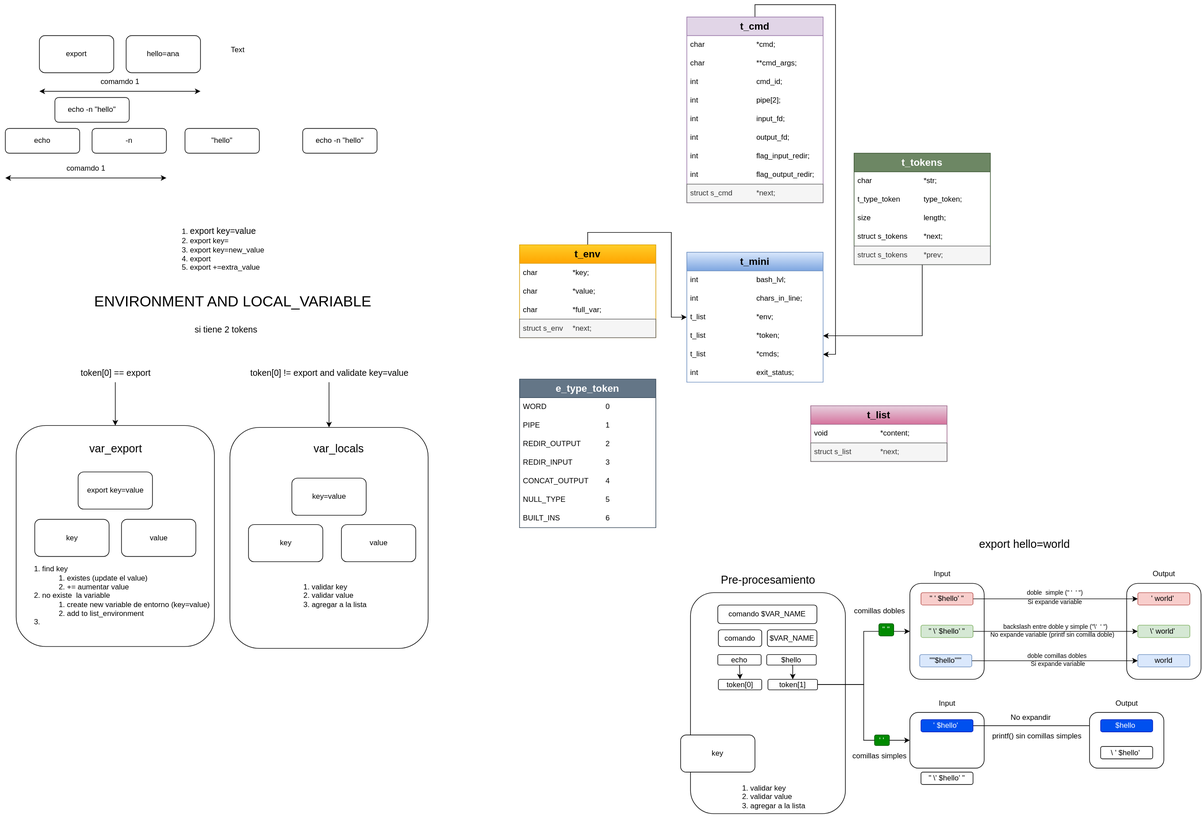
Above: commands.svg in Anagamedina/Minishell (draw.io), before the change. Source tidied: cells renumbered, new cells last; positions are measured from the earlier drawing's top-left corner, leaving out a move shared by most shapes.
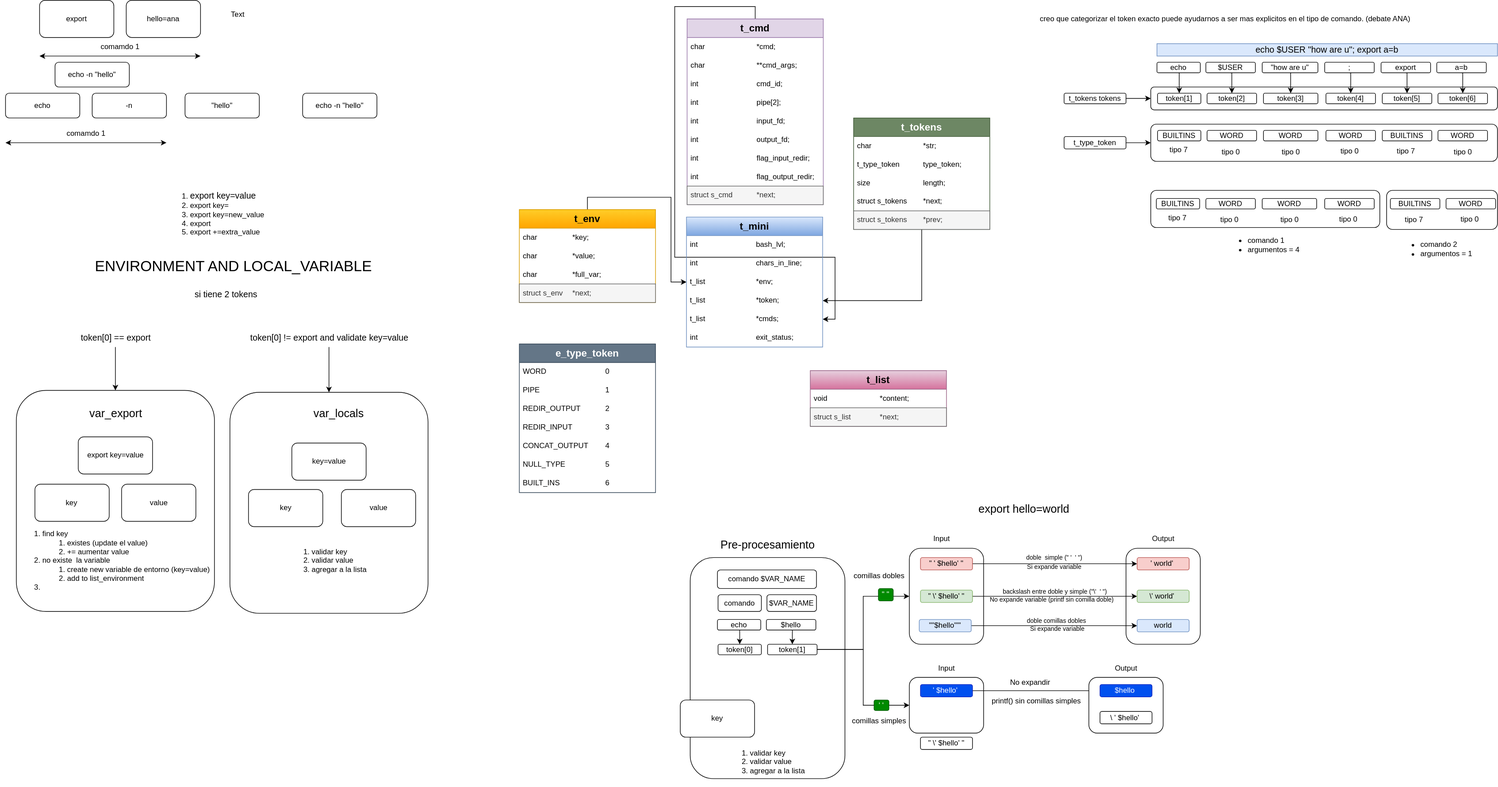
Above is the later version.

Commit message:
refactor add_tokens_to_list_commands init_commands.c

Diff of the diagram source:
```diff
@@ -2,6 +2,15 @@
   <root>
     <mxCell id="0" />
     <mxCell id="1" parent="0" />
+    <mxCell id="125" style="rounded=1;whiteSpace=wrap;html=1;" parent="1" vertex="1">
+      <mxGeometry x="2231" y="337" width="179" height="63" as="geometry" />
+    </mxCell>
+    <mxCell id="126" style="rounded=1;whiteSpace=wrap;html=1;" parent="1" vertex="1">
+      <mxGeometry x="1850" y="230" width="560" height="60" as="geometry" />
+    </mxCell>
+    <mxCell id="127" style="rounded=1;whiteSpace=wrap;html=1;" parent="1" vertex="1">
+      <mxGeometry x="1850" y="170" width="560" height="37" as="geometry" />
+    </mxCell>
     <mxCell id="2" value="&lt;div&gt;&lt;br&gt;&lt;/div&gt;" style="rounded=1;whiteSpace=wrap;html=1;align=left;" parent="1" vertex="1">
       <mxGeometry x="1460" y="915" width="120" height="155" as="geometry" />
     </mxCell>
@@ -150,7 +159,7 @@
       <mxGeometry relative="1" as="geometry" />
     </mxCell>
     <mxCell id="49" value="&lt;font style=&quot;font-size: 16px;&quot;&gt;&lt;b&gt;t_cmd&lt;/b&gt;&lt;/font&gt;" style="swimlane;fontStyle=0;horizontal=1;startSize=30;whiteSpace=wrap;html=1;fillColor=#e1d5e7;strokeColor=#9673a6;" parent="1" vertex="1">
-      <mxGeometry x="1100" width="220" height="300" as="geometry" />
+      <mxGeometry x="1101" y="60" width="220" height="300" as="geometry" />
     </mxCell>
     <mxCell id="50" value="char&lt;span style=&quot;white-space: pre;&quot;&gt;&#9;&lt;/span&gt;&lt;span style=&quot;white-space: pre;&quot;&gt;&#9;&lt;span style=&quot;white-space: pre;&quot;&gt;&#9;&lt;/span&gt;&lt;span style=&quot;white-space: pre;&quot;&gt;&#9;&lt;/span&gt;&lt;/span&gt;*cmd;" style="text;strokeColor=none;fillColor=none;align=left;verticalAlign=middle;spacingLeft=4;spacingRight=4;overflow=hidden;whiteSpace=wrap;html=1;" parent="49" vertex="1">
       <mxGeometry y="30" width="220" height="30" as="geometry" />
@@ -377,5 +386,158 @@
     <mxCell id="124" value="&lt;font style=&quot;font-size: 10px;&quot;&gt;doble&amp;nbsp; simple (&quot; '&amp;nbsp; ' &quot;)&lt;/font&gt;" style="text;html=1;align=center;verticalAlign=middle;strokeColor=none;fillColor=none;" parent="1" vertex="1">
       <mxGeometry x="1639" y="915" width="110" height="30" as="geometry" />
     </mxCell>
+    <mxCell id="128" value="token[1]" style="rounded=1;whiteSpace=wrap;html=1;" parent="1" vertex="1">
+      <mxGeometry x="1861" y="180" width="70" height="17" as="geometry" />
+    </mxCell>
+    <mxCell id="129" value="token[2]" style="rounded=1;whiteSpace=wrap;html=1;" parent="1" vertex="1">
+      <mxGeometry x="1941" y="180" width="80" height="17" as="geometry" />
+    </mxCell>
+    <mxCell id="130" style="edgeStyle=orthogonalEdgeStyle;rounded=0;jettySize=auto;html=1;exitX=0.5;exitY=1;exitDx=0;exitDy=0;entryX=0.5;entryY=0;entryDx=0;entryDy=0;" parent="1" edge="1" source="131" target="128">
+      <mxGeometry relative="1" as="geometry" />
+    </mxCell>
+    <mxCell id="131" value="echo" style="rounded=1;whiteSpace=wrap;html=1;" parent="1" vertex="1">
+      <mxGeometry x="1860" y="130" width="70" height="17" as="geometry" />
+    </mxCell>
+    <mxCell id="132" style="edgeStyle=orthogonalEdgeStyle;rounded=0;jettySize=auto;html=1;exitX=0.5;exitY=1;exitDx=0;exitDy=0;entryX=0.5;entryY=0;entryDx=0;entryDy=0;" parent="1" edge="1" source="133" target="129">
+      <mxGeometry relative="1" as="geometry" />
+    </mxCell>
+    <mxCell id="133" value="$USER" style="rounded=1;whiteSpace=wrap;html=1;" parent="1" vertex="1">
+      <mxGeometry x="1939" y="130" width="80" height="17" as="geometry" />
+    </mxCell>
+    <mxCell id="134" value="token[3]" style="rounded=1;whiteSpace=wrap;html=1;" parent="1" vertex="1">
+      <mxGeometry x="2032" y="180" width="88" height="17" as="geometry" />
+    </mxCell>
+    <mxCell id="135" style="edgeStyle=orthogonalEdgeStyle;rounded=0;jettySize=auto;html=1;exitX=0.5;exitY=1;exitDx=0;exitDy=0;entryX=0.5;entryY=0;entryDx=0;entryDy=0;" parent="1" edge="1" source="136" target="134">
+      <mxGeometry relative="1" as="geometry" />
+    </mxCell>
+    <mxCell id="136" value="&quot;how are u&quot;" style="rounded=1;whiteSpace=wrap;html=1;" parent="1" vertex="1">
+      <mxGeometry x="2030" y="130" width="90" height="17" as="geometry" />
+    </mxCell>
+    <mxCell id="137" value="token[5]" style="rounded=1;whiteSpace=wrap;html=1;" parent="1" vertex="1">
+      <mxGeometry x="2224" y="180" width="80" height="17" as="geometry" />
+    </mxCell>
+    <mxCell id="138" style="edgeStyle=orthogonalEdgeStyle;rounded=0;jettySize=auto;html=1;exitX=0.5;exitY=1;exitDx=0;exitDy=0;entryX=0.5;entryY=0;entryDx=0;entryDy=0;" parent="1" edge="1" source="139" target="137">
+      <mxGeometry relative="1" as="geometry" />
+    </mxCell>
+    <mxCell id="139" value="export" style="rounded=1;whiteSpace=wrap;html=1;" parent="1" vertex="1">
+      <mxGeometry x="2222" y="130" width="80" height="17" as="geometry" />
+    </mxCell>
+    <mxCell id="140" value="&lt;div&gt;&lt;font style=&quot;font-size: 14px;&quot;&gt;echo $USER &quot;how are u&quot;; export a=b&lt;/font&gt;&lt;/div&gt;" style="whiteSpace=wrap;html=1;fillColor=#dae8fc;strokeColor=#6c8ebf;" parent="1" vertex="1">
+      <mxGeometry x="1860" y="100" width="550" height="20" as="geometry" />
+    </mxCell>
+    <mxCell id="141" value="token[6]" style="rounded=1;whiteSpace=wrap;html=1;" parent="1" vertex="1">
+      <mxGeometry x="2314" y="180" width="80" height="17" as="geometry" />
+    </mxCell>
+    <mxCell id="142" style="edgeStyle=orthogonalEdgeStyle;rounded=0;jettySize=auto;html=1;exitX=0.5;exitY=1;exitDx=0;exitDy=0;entryX=0.5;entryY=0;entryDx=0;entryDy=0;" parent="1" edge="1" source="143" target="141">
+      <mxGeometry relative="1" as="geometry" />
+    </mxCell>
+    <mxCell id="143" value="a=b" style="rounded=1;whiteSpace=wrap;html=1;" parent="1" vertex="1">
+      <mxGeometry x="2312" y="130" width="80" height="17" as="geometry" />
+    </mxCell>
+    <mxCell id="144" value="t_tokens tokens" style="rounded=1;whiteSpace=wrap;html=1;" parent="1" vertex="1">
+      <mxGeometry x="1710" y="180" width="100" height="17" as="geometry" />
+    </mxCell>
+    <mxCell id="145" style="edgeStyle=orthogonalEdgeStyle;rounded=0;jettySize=auto;html=1;entryX=0;entryY=0.5;entryDx=0;entryDy=0;" parent="1" edge="1" source="144" target="127">
+      <mxGeometry relative="1" as="geometry" />
+    </mxCell>
+    <mxCell id="146" value="BUILTINS" style="rounded=1;whiteSpace=wrap;html=1;" parent="1" vertex="1">
+      <mxGeometry x="1861" y="240" width="70" height="17" as="geometry" />
+    </mxCell>
+    <mxCell id="147" value="WORD" style="rounded=1;whiteSpace=wrap;html=1;" parent="1" vertex="1">
+      <mxGeometry x="1941" y="240" width="80" height="17" as="geometry" />
+    </mxCell>
+    <mxCell id="148" value="WORD" style="rounded=1;whiteSpace=wrap;html=1;" parent="1" vertex="1">
+      <mxGeometry x="2032" y="240" width="88" height="17" as="geometry" />
+    </mxCell>
+    <mxCell id="149" value="BUILTINS" style="rounded=1;whiteSpace=wrap;html=1;" parent="1" vertex="1">
+      <mxGeometry x="2224" y="240" width="80" height="17" as="geometry" />
+    </mxCell>
+    <mxCell id="150" value="WORD" style="rounded=1;whiteSpace=wrap;html=1;" parent="1" vertex="1">
+      <mxGeometry x="2314" y="240" width="80" height="17" as="geometry" />
+    </mxCell>
+    <mxCell id="151" value="t_type_token" style="rounded=1;whiteSpace=wrap;html=1;" parent="1" vertex="1">
+      <mxGeometry x="1710" y="250" width="100" height="20" as="geometry" />
+    </mxCell>
+    <mxCell id="152" style="edgeStyle=orthogonalEdgeStyle;rounded=0;jettySize=auto;html=1;entryX=0;entryY=0.5;entryDx=0;entryDy=0;" parent="1" edge="1" source="151" target="126">
+      <mxGeometry relative="1" as="geometry" />
+    </mxCell>
+    <mxCell id="153" value="tipo 7" style="text;html=1;align=center;verticalAlign=middle;strokeColor=none;fillColor=none;" parent="1" vertex="1">
+      <mxGeometry x="1870" y="257" width="50" height="30" as="geometry" />
+    </mxCell>
+    <mxCell id="154" value="tipo 0" style="text;html=1;align=center;verticalAlign=middle;strokeColor=none;fillColor=none;" parent="1" vertex="1">
+      <mxGeometry x="1954" y="260" width="50" height="30" as="geometry" />
+    </mxCell>
+    <mxCell id="155" value="tipo 0" style="text;html=1;align=center;verticalAlign=middle;strokeColor=none;fillColor=none;" parent="1" vertex="1">
+      <mxGeometry x="2051" y="260" width="50" height="30" as="geometry" />
+    </mxCell>
+    <mxCell id="156" value="tipo 7" style="text;html=1;align=center;verticalAlign=middle;strokeColor=none;fillColor=none;" parent="1" vertex="1">
+      <mxGeometry x="2237" y="258.5" width="50" height="30" as="geometry" />
+    </mxCell>
+    <mxCell id="157" value="tipo 0" style="text;html=1;align=center;verticalAlign=middle;strokeColor=none;fillColor=none;" parent="1" vertex="1">
+      <mxGeometry x="2329" y="260" width="50" height="30" as="geometry" />
+    </mxCell>
+    <mxCell id="158" value="token[4]" style="rounded=1;whiteSpace=wrap;html=1;" parent="1" vertex="1">
+      <mxGeometry x="2133" y="180" width="80" height="17" as="geometry" />
+    </mxCell>
+    <mxCell id="159" style="edgeStyle=orthogonalEdgeStyle;rounded=0;jettySize=auto;html=1;exitX=0.5;exitY=1;exitDx=0;exitDy=0;entryX=0.5;entryY=0;entryDx=0;entryDy=0;" parent="1" edge="1" source="160" target="158">
+      <mxGeometry relative="1" as="geometry" />
+    </mxCell>
+    <mxCell id="160" value=";" style="rounded=1;whiteSpace=wrap;html=1;" parent="1" vertex="1">
+      <mxGeometry x="2131" y="130" width="80" height="17" as="geometry" />
+    </mxCell>
+    <mxCell id="161" value="WORD" style="rounded=1;whiteSpace=wrap;html=1;" parent="1" vertex="1">
+      <mxGeometry x="2133" y="240" width="80" height="17" as="geometry" />
+    </mxCell>
+    <mxCell id="162" value="tipo 0" style="text;html=1;align=center;verticalAlign=middle;strokeColor=none;fillColor=none;" parent="1" vertex="1">
+      <mxGeometry x="2146" y="258.5" width="50" height="30" as="geometry" />
+    </mxCell>
+    <mxCell id="163" value="creo que categorizar el token exacto puede ayudarnos a ser mas explicitos en el tipo de comando. (debate ANA)" style="text;html=1;align=center;verticalAlign=middle;strokeColor=none;fillColor=none;" parent="1" vertex="1">
+      <mxGeometry x="1660" y="45" width="620" height="30" as="geometry" />
+    </mxCell>
+    <mxCell id="164" style="rounded=1;whiteSpace=wrap;html=1;" parent="1" vertex="1">
+      <mxGeometry x="1850" y="337" width="370" height="60" as="geometry" />
+    </mxCell>
+    <mxCell id="165" value="BUILTINS" style="rounded=1;whiteSpace=wrap;html=1;" parent="1" vertex="1">
+      <mxGeometry x="1859" y="350" width="70" height="17" as="geometry" />
+    </mxCell>
+    <mxCell id="166" value="WORD" style="rounded=1;whiteSpace=wrap;html=1;" parent="1" vertex="1">
+      <mxGeometry x="1939" y="350" width="80" height="17" as="geometry" />
+    </mxCell>
+    <mxCell id="167" value="WORD" style="rounded=1;whiteSpace=wrap;html=1;" parent="1" vertex="1">
+      <mxGeometry x="2030" y="350" width="88" height="17" as="geometry" />
+    </mxCell>
+    <mxCell id="168" value="BUILTINS" style="rounded=1;whiteSpace=wrap;html=1;" parent="1" vertex="1">
+      <mxGeometry x="2237" y="350" width="80" height="17" as="geometry" />
+    </mxCell>
+    <mxCell id="169" value="WORD" style="rounded=1;whiteSpace=wrap;html=1;" parent="1" vertex="1">
+      <mxGeometry x="2327" y="350" width="80" height="17" as="geometry" />
+    </mxCell>
+    <mxCell id="170" value="tipo 7" style="text;html=1;align=center;verticalAlign=middle;strokeColor=none;fillColor=none;" parent="1" vertex="1">
+      <mxGeometry x="1868" y="367" width="50" height="30" as="geometry" />
+    </mxCell>
+    <mxCell id="171" value="tipo 0" style="text;html=1;align=center;verticalAlign=middle;strokeColor=none;fillColor=none;" parent="1" vertex="1">
+      <mxGeometry x="1952" y="370" width="50" height="30" as="geometry" />
+    </mxCell>
+    <mxCell id="172" value="tipo 0" style="text;html=1;align=center;verticalAlign=middle;strokeColor=none;fillColor=none;" parent="1" vertex="1">
+      <mxGeometry x="2049" y="370" width="50" height="30" as="geometry" />
+    </mxCell>
+    <mxCell id="173" value="tipo 7" style="text;html=1;align=center;verticalAlign=middle;strokeColor=none;fillColor=none;" parent="1" vertex="1">
+      <mxGeometry x="2250" y="370" width="50" height="30" as="geometry" />
+    </mxCell>
+    <mxCell id="174" value="tipo 0" style="text;html=1;align=center;verticalAlign=middle;strokeColor=none;fillColor=none;" parent="1" vertex="1">
+      <mxGeometry x="2340" y="368.5" width="50" height="30" as="geometry" />
+    </mxCell>
+    <mxCell id="175" value="WORD" style="rounded=1;whiteSpace=wrap;html=1;" parent="1" vertex="1">
+      <mxGeometry x="2131" y="350" width="80" height="17" as="geometry" />
+    </mxCell>
+    <mxCell id="176" value="tipo 0" style="text;html=1;align=center;verticalAlign=middle;strokeColor=none;fillColor=none;" parent="1" vertex="1">
+      <mxGeometry x="2144" y="368.5" width="50" height="30" as="geometry" />
+    </mxCell>
+    <mxCell id="177" value="&lt;ul&gt;&lt;li style=&quot;&quot;&gt;comando 1&lt;/li&gt;&lt;li style=&quot;&quot;&gt;argumentos = 4&lt;/li&gt;&lt;/ul&gt;" style="text;html=1;align=left;verticalAlign=middle;strokeColor=none;fillColor=none;" parent="1" vertex="1">
+      <mxGeometry x="1965" y="390" width="150" height="70" as="geometry" />
+    </mxCell>
+    <mxCell id="178" value="&lt;ul&gt;&lt;li style=&quot;&quot;&gt;comando 2&lt;/li&gt;&lt;li style=&quot;&quot;&gt;argumentos = 1&lt;/li&gt;&lt;/ul&gt;" style="text;html=1;align=left;verticalAlign=middle;strokeColor=none;fillColor=none;" parent="1" vertex="1">
+      <mxGeometry x="2244" y="397" width="150" height="70" as="geometry" />
+    </mxCell>
   </root>
 </mxGraphModel>
```
